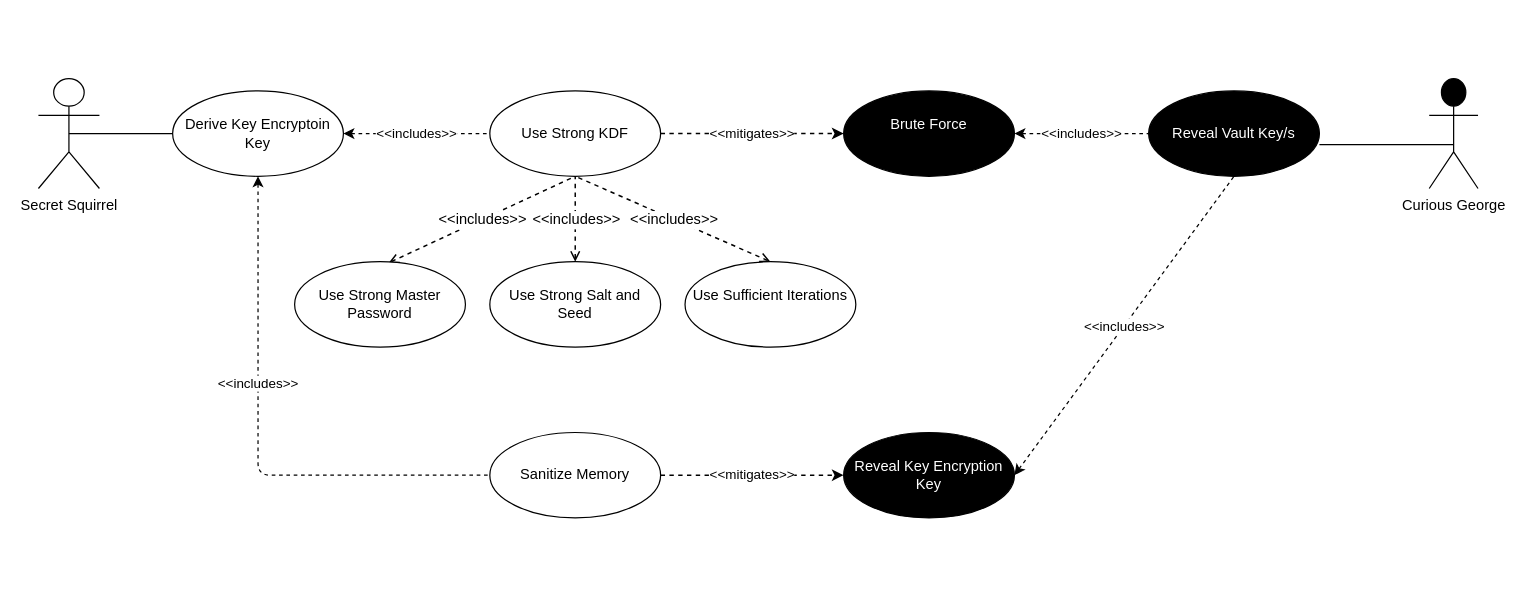
Earlier version of the draw.io diagram page "Key Encryption Key" (2 of 5) of Images/Use Cases.drawio (sdfrench/CYBR8420-GotRoot). Source tidied: cells renumbered, new cells numbered last; positions are measured from the earlier drawing's top-left corner, leaving out a move shared by most shapes. Both pictures are drawn from the tidied source at 122%, with x=0, y=0 at pixel (38, 78).
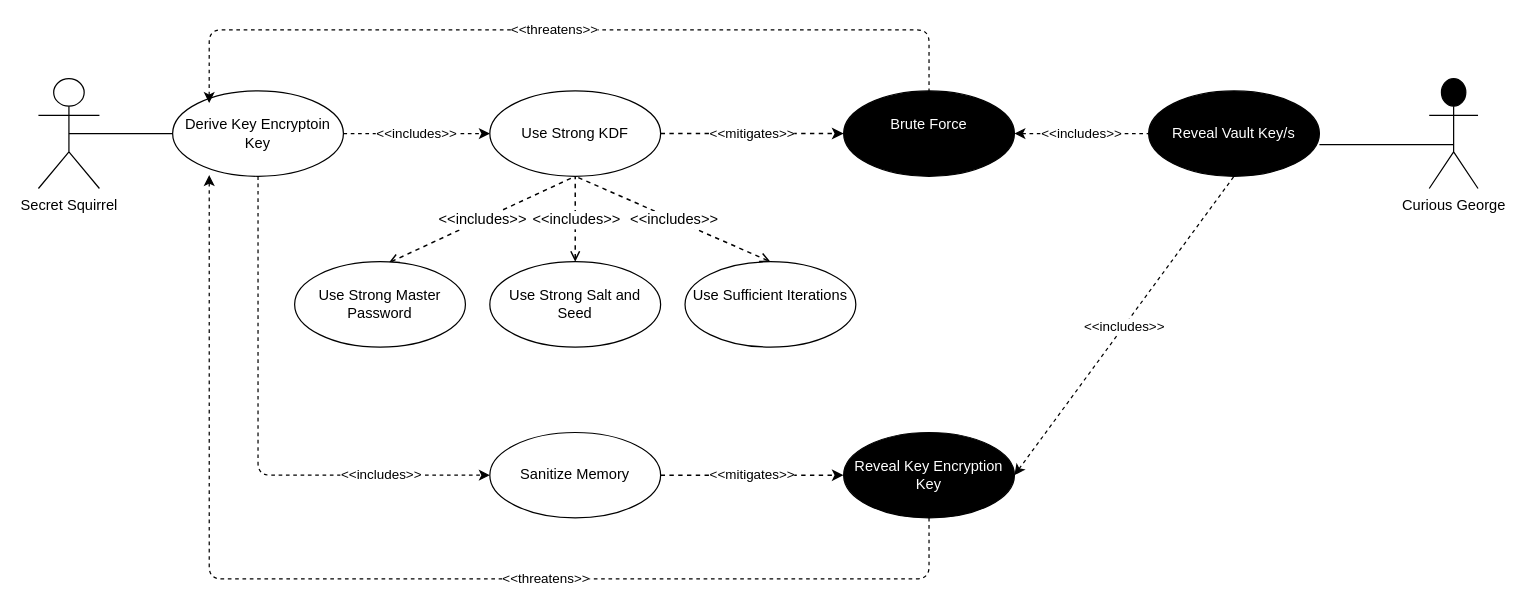
The same page after the edit.

The change refers to these unchanged cells:
```xml
<mxCell id="2" value="Derive Key Encryptoin Key" style="ellipse;whiteSpace=wrap;html=1;" parent="1" vertex="1">
  <mxGeometry x="110" y="10" width="140" height="70" as="geometry" />
</mxCell>
<mxCell id="9" value="Use Strong KDF" style="ellipse;whiteSpace=wrap;html=1;" parent="1" vertex="1">
  <mxGeometry x="370" y="10" width="140" height="70" as="geometry" />
</mxCell>
<mxCell id="10" value="Sanitize Memory" style="ellipse;whiteSpace=wrap;html=1;" parent="1" vertex="1">
  <mxGeometry x="370" y="290" width="140" height="70" as="geometry" />
</mxCell>
<mxCell id="12" value="&lt;div&gt;Brute Force&lt;/div&gt;&lt;div&gt;&lt;br&gt;&lt;/div&gt;" style="ellipse;whiteSpace=wrap;html=1;fillColor=#000000;fontColor=#FFFFFF;" parent="1" vertex="1">
  <mxGeometry x="660" y="10" width="140" height="70" as="geometry" />
</mxCell>
<mxCell id="14" value="Reveal Key Encryption Key" style="ellipse;whiteSpace=wrap;html=1;fillColor=#000000;fontColor=#FFFFFF;" parent="1" vertex="1">
  <mxGeometry x="660" y="290" width="140" height="70" as="geometry" />
</mxCell>
```

The edit, as a diff of the source:
```diff
@@
-    <mxCell id="8" value="&amp;lt;&amp;lt;includes&amp;gt;&amp;gt;" style="edgeStyle=none;rounded=1;jettySize=auto;html=1;dashed=1;startArrow=classic;startFill=1;endArrow=none;endFill=0;fontColor=#000000;exitX=1;exitY=0.5;exitDx=0;exitDy=0;entryX=0;entryY=0.5;entryDx=0;entryDy=0;" parent="1" edge="1" source="2" target="9">
+    <mxCell id="8" value="&amp;lt;&amp;lt;includes&amp;gt;&amp;gt;" style="edgeStyle=none;rounded=1;jettySize=auto;html=1;dashed=1;startArrow=none;startFill=0;endArrow=classic;endFill=1;fontColor=#000000;exitX=1;exitY=0.5;exitDx=0;exitDy=0;entryX=0;entryY=0.5;entryDx=0;entryDy=0;" parent="1" edge="1" source="2" target="9">
       <mxGeometry relative="1" as="geometry" />
     </mxCell>
@@
-    <mxCell id="26" value="&amp;lt;&amp;lt;includes&amp;gt;&amp;gt;" style="edgeStyle=orthogonalEdgeStyle;rounded=1;jettySize=auto;html=1;dashed=1;startArrow=classic;startFill=1;endArrow=none;endFill=0;fontColor=#000000;exitX=0.5;exitY=1;exitDx=0;exitDy=0;entryX=0;entryY=0.5;entryDx=0;entryDy=0;" parent="1" edge="1" source="2" target="10">
-      <mxGeometry x="-0.22" relative="1" as="geometry" />
+    <mxCell id="26" value="&amp;lt;&amp;lt;includes&amp;gt;&amp;gt;" style="edgeStyle=orthogonalEdgeStyle;rounded=1;jettySize=auto;html=1;dashed=1;startArrow=none;startFill=0;endArrow=classic;endFill=1;fontColor=#000000;exitX=0.5;exitY=1;exitDx=0;exitDy=0;entryX=0;entryY=0.5;entryDx=0;entryDy=0;" parent="1" edge="1" source="2" target="10">
+      <mxGeometry x="0.59" relative="1" as="geometry" />
     </mxCell>
+    <mxCell id="27" value="&amp;lt;&amp;lt;threatens&amp;gt;&amp;gt;" style="edgeStyle=orthogonalEdgeStyle;rounded=1;jettySize=auto;html=1;dashed=1;startArrow=classic;startFill=1;endArrow=none;endFill=0;fontColor=#000000;entryX=0.5;entryY=0;entryDx=0;entryDy=0;exitX=0.214;exitY=0.143;exitDx=0;exitDy=0;exitPerimeter=0;" parent="1" edge="1" source="2" target="12">
+      <mxGeometry x="-0.02" relative="1" as="geometry">
+        <Array as="points">
+          <mxPoint x="140" y="-40" />
+          <mxPoint x="730" y="-40" />
+        </Array>
+      </mxGeometry>
+    </mxCell>
+    <mxCell id="28" value="&amp;lt;&amp;lt;threatens&amp;gt;&amp;gt;" style="edgeStyle=orthogonalEdgeStyle;rounded=1;jettySize=auto;html=1;dashed=1;startArrow=classic;startFill=1;endArrow=none;endFill=0;fontColor=#000000;entryX=0.5;entryY=1;entryDx=0;entryDy=0;" parent="1" edge="1" target="14">
+      <mxGeometry x="0.25" relative="1" as="geometry">
+        <mxPoint x="140" y="79" as="sourcePoint" />
+        <Array as="points">
+          <mxPoint x="140" y="410" />
+          <mxPoint x="730" y="410" />
+        </Array>
+      </mxGeometry>
+    </mxCell>
```
